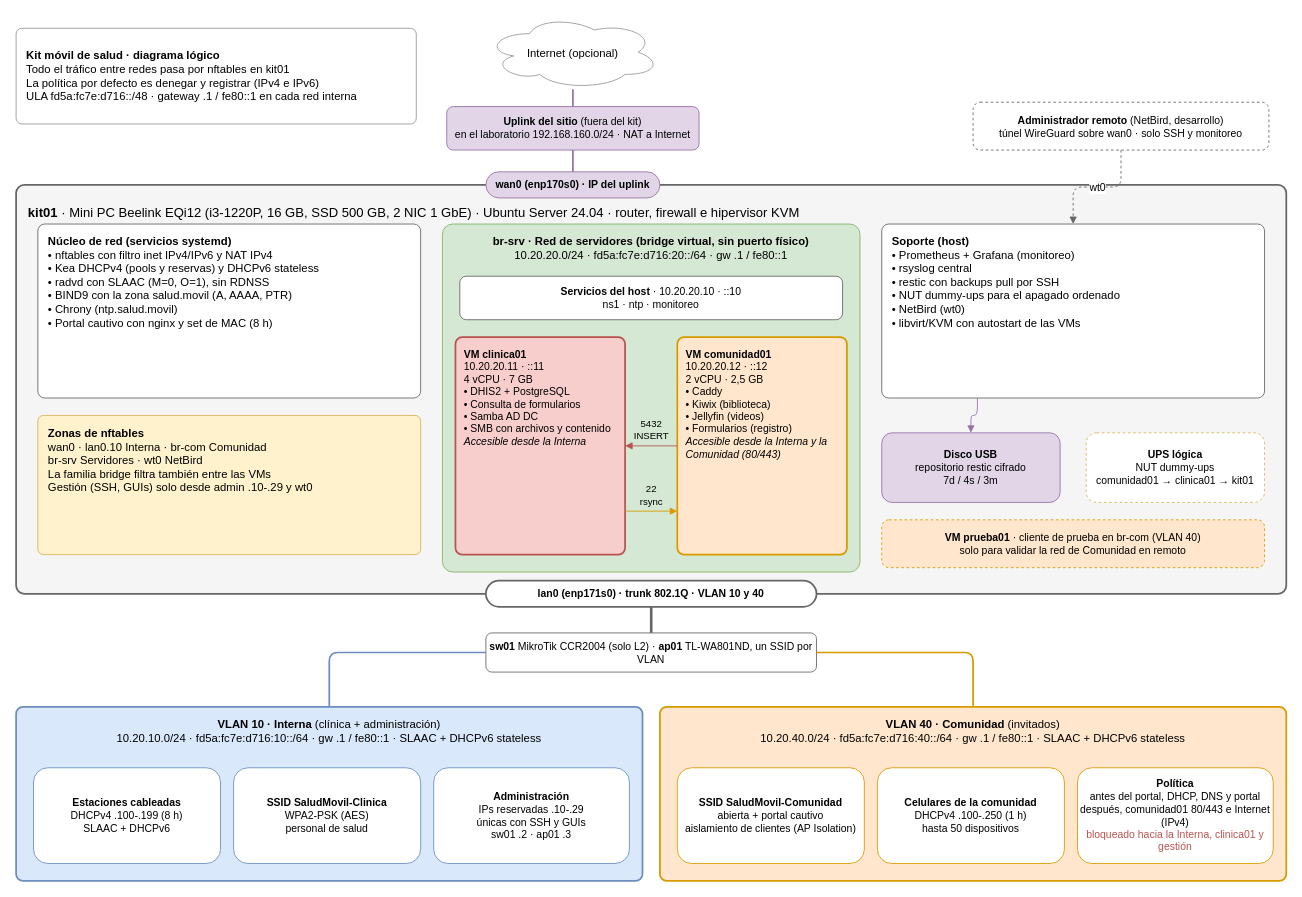
This is diagramas/diagrama-logico.drawio from kitsalud-movil-plats1/docs, a draw.io file, before an edit. Source tidied: cells renumbered, new cells numbered last; positions are measured from the earlier drawing's top-left corner, leaving out a move shared by most shapes. Both pictures are drawn from the tidied source at 87%, with x=0, y=0 at pixel (16, 15).
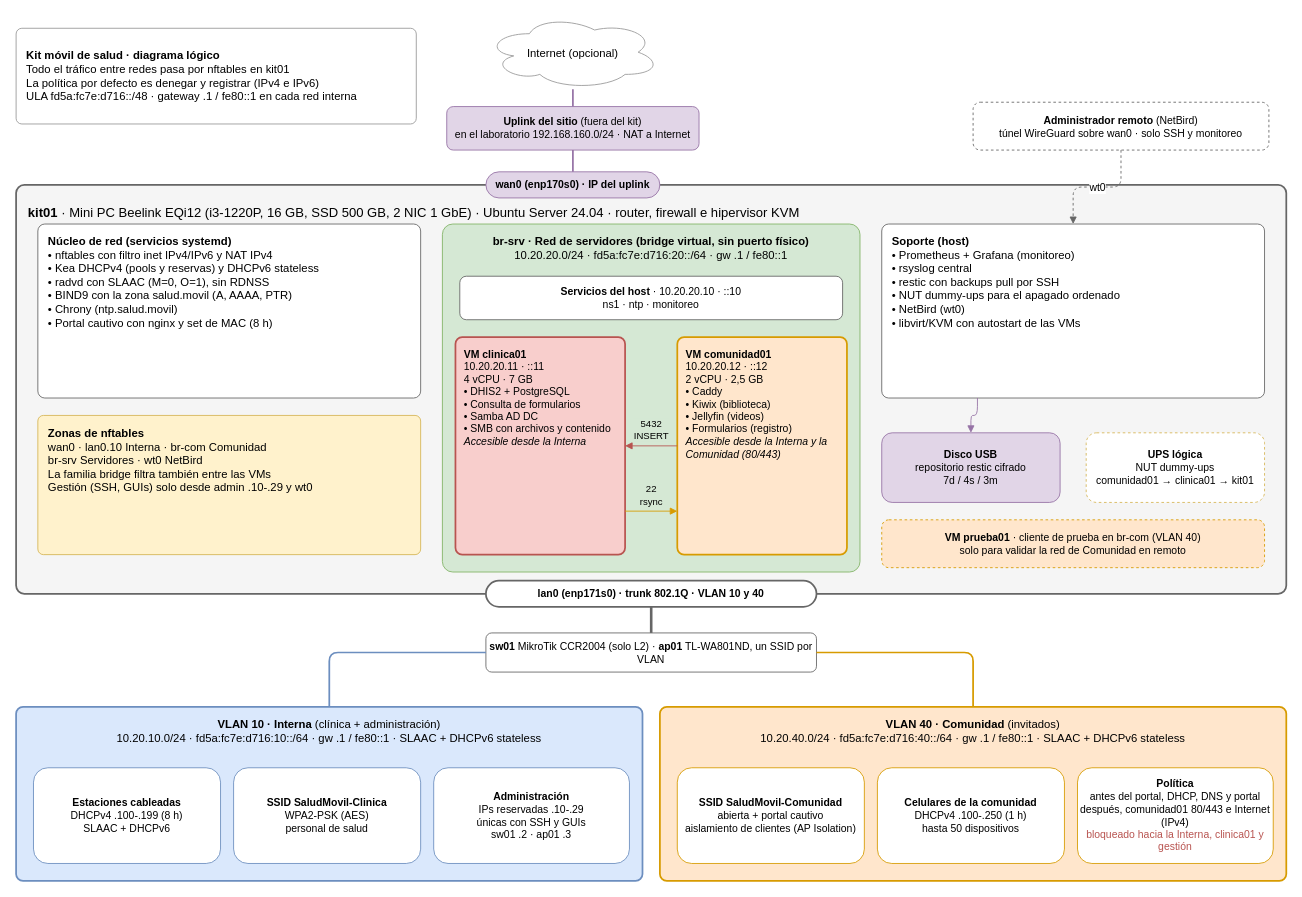
Above is the later version.

Change to the diagram source:
```diff
@@
-    <mxCell id="5" value="&lt;b&gt;Administrador remoto&lt;/b&gt; (NetBird, desarrollo)&lt;br&gt;túnel WireGuard sobre wan0 · solo SSH y monitoreo" style="rounded=1;whiteSpace=wrap;html=1;dashed=1;fillColor=#FFFFFF;strokeColor=#666666;fontSize=12;" parent="1" vertex="1">
+    <mxCell id="5" value="&lt;b&gt;Administrador remoto&lt;/b&gt; (NetBird)&lt;br&gt;túnel WireGuard sobre wan0 · solo SSH y monitoreo" style="rounded=1;whiteSpace=wrap;html=1;dashed=1;fillColor=#FFFFFF;strokeColor=#666666;fontSize=12;" parent="1" vertex="1">
       <mxGeometry x="1100" y="100" width="340" height="55" as="geometry" />
     </mxCell>
```
